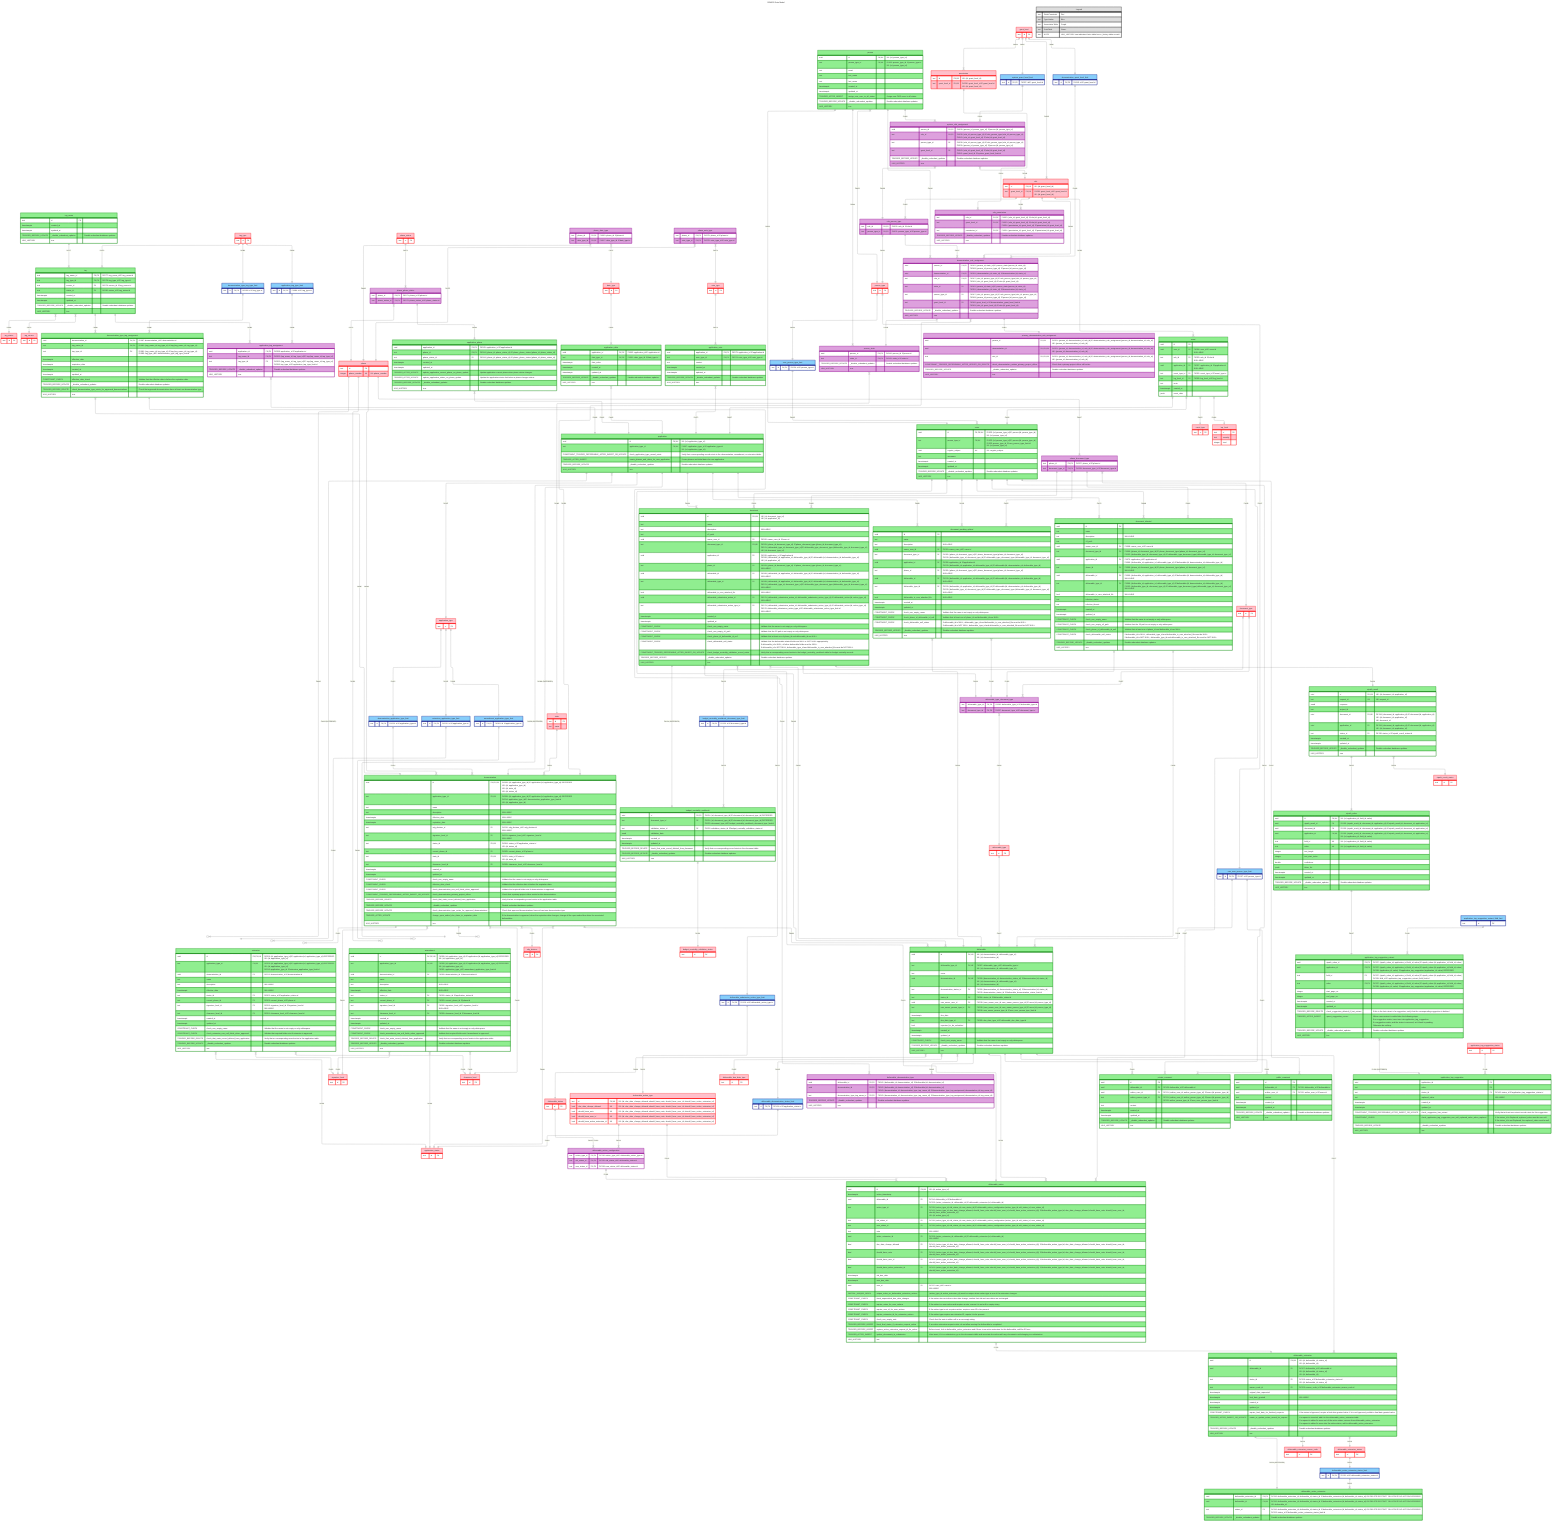
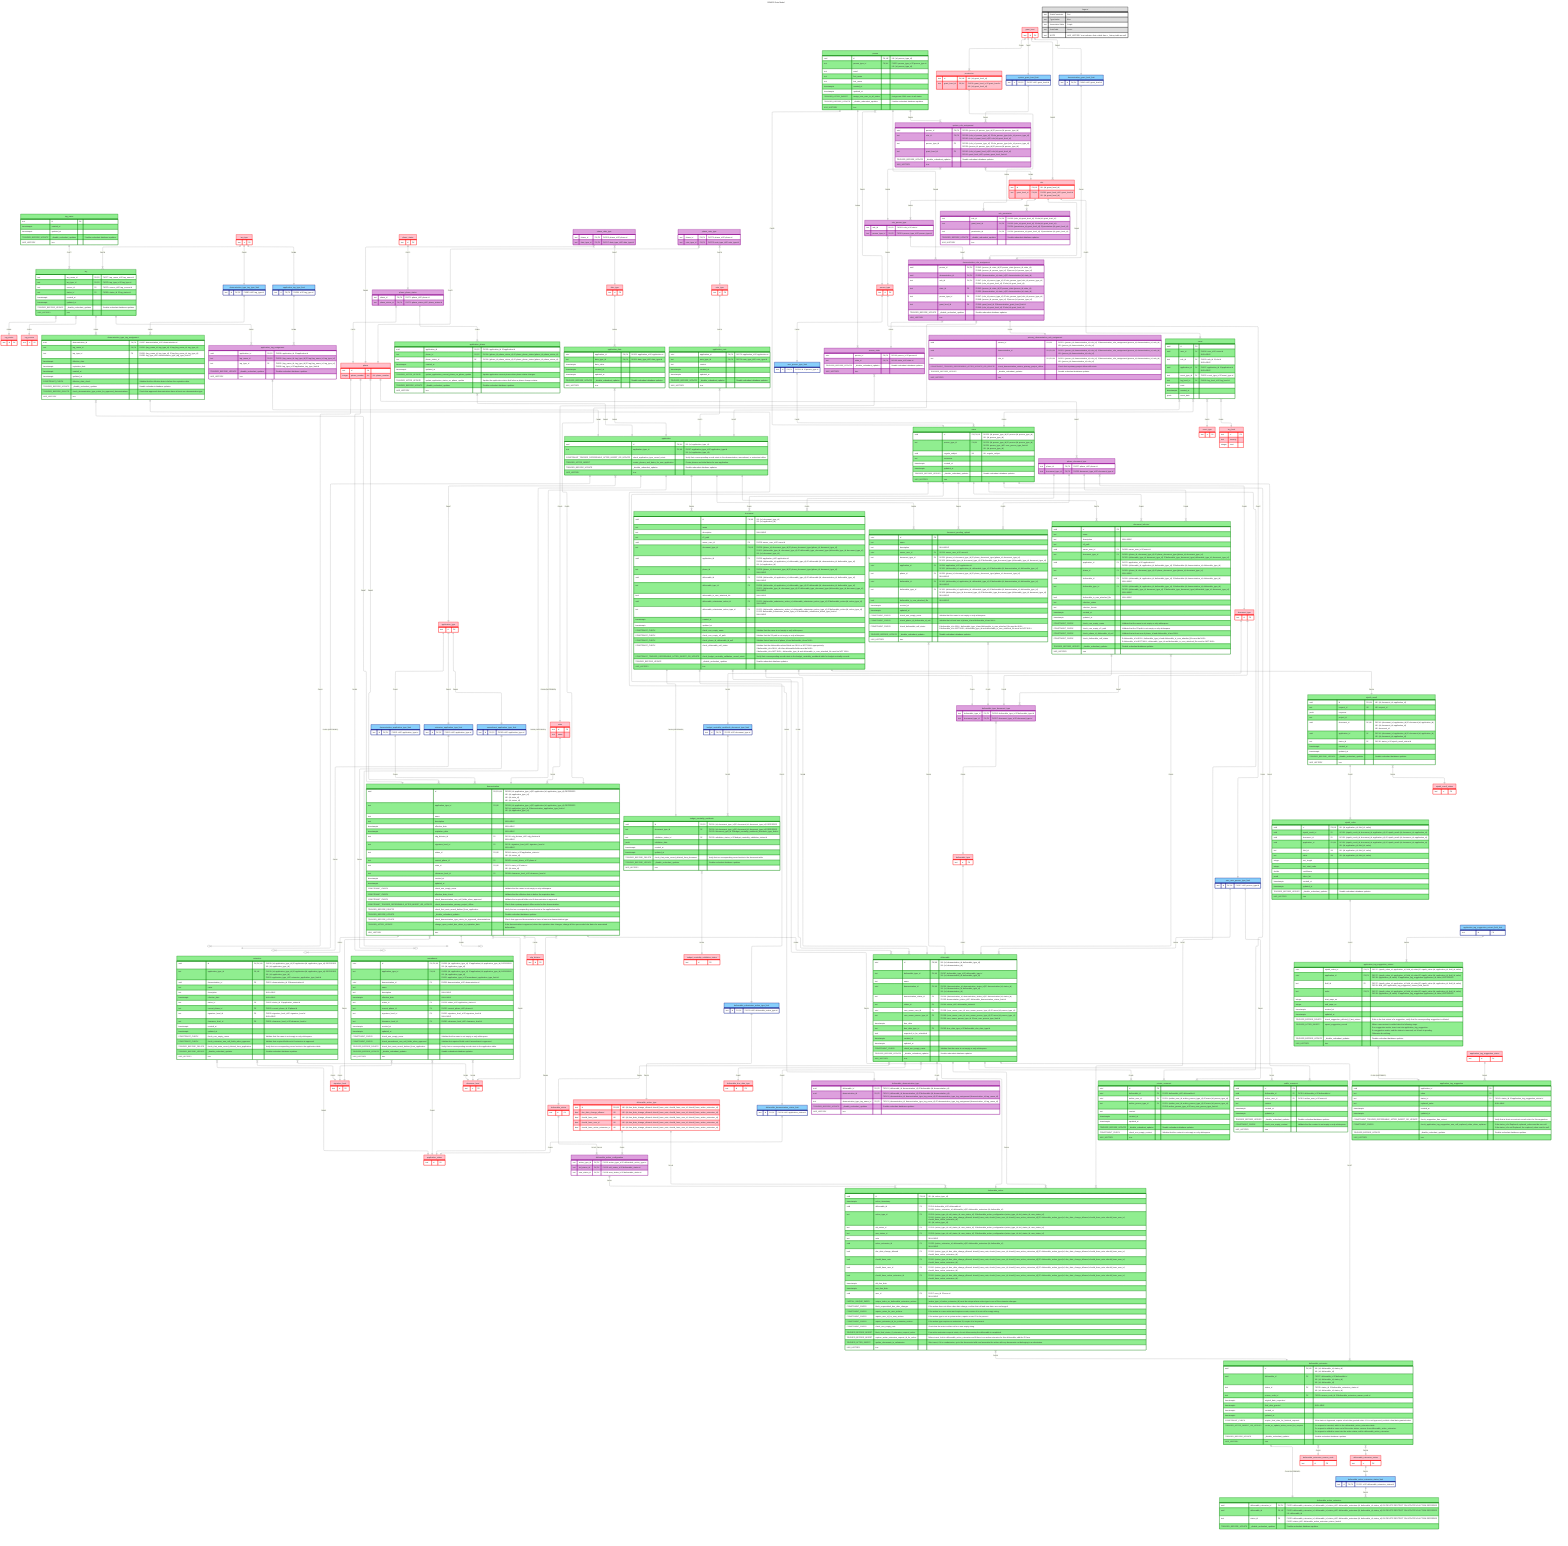
---
title: DEMOS Data Model
config:
  theme: default
  layout: elk
  elk:
    nodePlacementStrategy: NETWORK_SIMPLEX
---

erDiagram
  classDef staticConstraint stroke:red,fill:pink
  classDef typeLimiter stroke:navy,fill:lightskyblue
  classDef dataTable stroke:green,fill:lightgreen
  classDef associativeTable stroke:darkmagenta,fill:plum
  classDef legend stroke:black,fill:#ddd

  tag_name ||--|{ tag : "FK077"
  tag_type ||--|{ tag : "FK078"
  tag }|--|| tag_status : "FK080"
  tag }|--|| tag_source : "FK079"
  tag ||--|{ demonstration_type_tag_assignment : "FK081"
  tag ||--|{ application_tag_assignment : "FK082"
  tag_type ||--|| demonstration_type_tag_type_limit : "FK083"
  tag_type ||--|| application_tag_type_limit : "FK084"
  demonstration_type_tag_type_limit ||--|{ demonstration_type_tag_assignment : "FK085"
  application_tag_type_limit ||--|{ application_tag_assignment : "FK086"
  demonstration_type_tag_assignment }|--|| demonstration : "FK087"
  application_tag_assignment }|--|| application : "FK088"
  phase_status ||--|{ phase_phase_status : "FK072"
  phase_phase_status }|--|| phase : "FK071"
  phase_phase_status ||--|{ application_phase  : "FK004"
  phase_date_type }|--|| phase : "FK003"
  phase_note_type }|--|| phase : "FK075"
  phase_date_type }|--|| date_type: "FK017"
  phase_note_type }|--|| note_type: "FK076"
  application_phase }|--|| application : "FK005"
  date_type ||--|{ application_date  : "FK001"
  note_type ||--|{ application_note  : "FK074"
  application_date }|--|| application : "FK002"
  application_note }|--|| application : "FK073"
  application }|--|| application_type : "FK007"
  application ||--|| demonstration : "FK008 (DEFERRED)"
  application ||--|| extension : "FK009 (DEFERRED)"
  application ||--|| amendment : "FK058 (DEFERRED)"
  demonstration }|--|| sdg_division : "FK010"
  demonstration }|--|| signature_level : "FK011"
  demonstration ||--|{ extension : "FK012"
  demonstration ||--|{ amendment : "FK059"
  application_type ||--|| demonstration_application_type_limit : "FK013"
  demonstration_application_type_limit ||--|{ demonstration : "FK014"
  application_type ||--|| extension_application_type_limit : "FK015"
  extension_application_type_limit ||--|{ extension : "FK016"
  application_type ||--|| amendment_application_type_limit : "FK060"
  amendment_application_type_limit ||--|{ amendment : "FK061"
  amendment }|--|| application_status : "FK018"
  phase ||--|{ amendment : "FK020"
  extension }|--|| application_status : "FK062"
  phase ||--|{ extension : "FK063"
  demonstration }|--|| application_status : "FK064"
  phase ||--|{ demonstration : "FK065"
  state ||--|{ demonstration : "FK021"
  person }|--|| person_type : "FK022"
  person ||--|| users : "FK023"
  person_type ||--|| user_person_type_limit : "FK024"
  user_person_type_limit ||--|{ users : "FK025"
  users ||--|{ document : "FK026"
  users ||--|{ document_pending_upload : "FK019"
  users ||--|{ document_infected : "FK068"
  phase ||--|{ phase_document_type : "FK027"
  phase_document_type }|--|| document_type : "FK028"
  phase_document_type ||--|{ document : "FK029"
  phase_document_type ||--|{ document_pending_upload : "FK055"
  phase_document_type ||--|{ document_infected : "FK069"
  application ||--|{ document : "FK030"
  application ||--|{ document_pending_upload : "FK056"
  application ||--|{ document_infected : "FK070"
  role_person_type }|--|| person_type : "FK031"
  role ||--|{ role_person_type : "FK032"
  role ||--|{ role_permission : "FK033"
  permission ||--|{ role_permission : "FK034"
  grant_level ||--|{ role : "FK035"
  grant_level ||--|{ permission : "FK036"
  system_grant_level_limit ||--|{ system_role_assignment : "FK041"
  system_role_assignment }|--|| role_person_type : "FK038"
  person ||--|{ system_role_assignment : "FK039"
  system_role_assignment }|--|| role : "FK040"
  grant_level ||--|| system_grant_level_limit : "FK037"
  demonstration_role_assignment }|--|| person_state : "FK042"
  person_state }|--|| state : "FK043"
  person ||--|{ person_state : "FK044"
  grant_level ||--|| demonstration_grant_level_limit : "FK045"
  demonstration_grant_level_limit ||--|{ demonstration_role_assignment : "FK046"
  role_person_type ||--|{ demonstration_role_assignment : "FK047"
  person ||--|{ demonstration_role_assignment : "FK048"
  role ||--|{ demonstration_role_assignment : "FK049"
  demonstration_role_assignment }|--|| demonstration : "FK050"
  demonstration_role_assignment ||--|| primary_demonstration_role_assignment : "FK051"
  event }|--|| application : "FK057"
  event }|--|| event_type : "FK052"
  event }|--|| log_level : "FK066"
  role ||--|{ event : "FK053"
  event }|--|| users : "FK054"
  demonstration }|--|| clearance_level : "FK089"
  amendment }|--|| clearance_level : "FK090"
  extension }|--|| clearance_level : "FK091"
  amendment }|--|| signature_level : "FK092"
  extension }|--|| signature_level : "FK093"
  document_type ||--|| budget_neutrality_workbook_document_type_limit : "FK123"
  document ||--|| budget_neutrality_workbook : "FK124 (DEFERRED)"
  budget_neutrality_workbook_document_type_limit ||--|{ budget_neutrality_workbook : "FK125"
  budget_neutrality_workbook }|--|| budget_neutrality_validation_status : "FK126"
  document }|--|| deliverable_action : "FK121"
  document }|--|| deliverable_submission_action_type_limit : "FK122"
  deliverable_status ||--|{ deliverable_action_configuration : "FK115, FK118"
  deliverable_action_type ||--|{ deliverable_action_configuration : "FK116"
  deliverable_action_type ||--|{ deliverable_action : "FK141"
  deliverable_action_configuration ||--|{ deliverable_action : "FK119"
  deliverable_submission_action_type_limit ||--|| deliverable_action_type : "FK120"
  demonstration ||--|{ deliverable : "FK006"
  deliverable_type ||--|{ deliverable : "FK067"
  deliverable }|--|| deliverable_status : "FK094"
  deliverable }|--|| deliverable_due_date_type : "FK095"
  document_type ||--|{ deliverable_type_document_type : "FK097"
  deliverable_type_document_type }|--|| deliverable_type : "FK096"
  document }|--|| deliverable : "FK098"
  document_infected }|--|| deliverable : "FK099"
  document_pending_upload }|--|| deliverable : "FK100"
  document }|--|| deliverable_type_document_type : "FK101"
  document_infected }|--|| deliverable_type_document_type : "FK102"
  document_pending_upload }|--|| deliverable_type_document_type : "FK103"
  deliverable_demonstration_status_limit ||--|| application_status : "FK104"
  deliverable }|--|| deliverable_demonstration_status_limit : "FK105"
  cms_user_person_type_limit ||--|{ deliverable : "FK106"
  person_type ||--|| cms_user_person_type_limit : "FK107"
  users ||--|{ deliverable : "FK108"
  deliverable ||--|{ deliverable_action : "FK114"
  deliverable_action }|--|| deliverable_extension : "FK133"
  deliverable ||--|{ deliverable_extension : "FK127"
  deliverable ||--|{ deliverable_demonstration_type : "FK142"
  demonstration_type_tag_assignment ||--|{ deliverable_demonstration_type : "FK143"
  deliverable_extension }|--|| deliverable_extension_reason_code : "FK129"
  deliverable_extension }|--|| deliverable_extension_status : "FK128"
  deliverable_extension_status ||--|| deliverable_active_extension_status_limit : "FK131"
  deliverable_active_extension_status_limit ||--|{ deliverable_active_extension : "FK132"
  deliverable_extension ||--|| deliverable_active_extension : "FK130 (DEFERRED)"
  deliverable ||--|{ private_comment : "FK109"
  deliverable ||--|{ public_comment : "FK110"
  users ||--|{ private_comment : "FK111"
  users ||--|{ public_comment : "FK112"
  cms_user_person_type_limit ||--|{ private_comment : "FK113"
  users ||--|{ deliverable_action : "FK117"
  document ||--|| uipath_result : "FK134"
  uipath_result ||--|{ uipath_value : "FK135"
  uipath_result }|--|| uipath_result_status : "FK136"
  uipath_value ||--|| application_tag_suggestion_extract : "FK137"
  application_tag_suggestion_extract }|--|| application_tag_suggestion : "FK138 (DEFERRED)"
  application_tag_suggestion_extract_field_limit ||--|{ application_tag_suggestion_extract : "FK139"
  application_tag_suggestion_status ||--|{ application_tag_suggestion : "FK140"

  %% Static Constraints
  application_status:::staticConstraint {
    text id PK
  }

  application_tag_suggestion_status:::staticConstraint {
    text id PK
  }

  application_type:::staticConstraint {
    text id PK
  }

  budget_neutrality_validation_status:::staticConstraint {
    text id PK
  }

  clearance_level:::staticConstraint {
    text id PK
  }

  date_type:::staticConstraint {
    text id PK
  }

  deliverable_action_type:::staticConstraint {
    text id PK, UK "UK: (id, due_date_change_allowed, should_have_note, should_have_user_id, should_have_active_extension_id)"
    bool due_date_change_allowed UK "UK: (id, due_date_change_allowed, should_have_note, should_have_user_id, should_have_active_extension_id)"
    bool should_have_note UK "UK: (id, due_date_change_allowed, should_have_note, should_have_user_id, should_have_active_extension_id)"
    bool should_have_user_id UK "UK: (id, due_date_change_allowed, should_have_note, should_have_user_id, should_have_active_extension_id)"
    bool should_have_active_extension_id UK "UK: (id, due_date_change_allowed, should_have_note, should_have_user_id, should_have_active_extension_id)"
  }

  deliverable_due_date_type:::staticConstraint {
    text id PK
  }

  deliverable_extension_reason_code:::staticConstraint {
    text id PK
  }

  deliverable_extension_status:::staticConstraint {
    text id PK
  }

  deliverable_status:::staticConstraint {
    text id PK
  }

  deliverable_type:::staticConstraint {
    text id PK
  }

  document_type:::staticConstraint {
    text id PK
  }

  event_type:::staticConstraint {
    text id PK
  }

  grant_level:::staticConstraint {
    text id PK
  }

  log_level:::staticConstraint {
    text id PK
    text severity
    integer level
  }

  note_type:::staticConstraint {
    text id PK
  }

  permission:::staticConstraint {
    text id PK, UK "UK: (id, grant_level_id)"
    text grant_level_id FK, UK "FK036: grant_level_id ∈ grant_level.id<br>UK: (id, grant_level_id)"
  }

  person_type:::staticConstraint {
    text id PK
  }

  phase:::staticConstraint {
    text id PK
    integer phase_number UK "UK: phase_number"
  }

  phase_status:::staticConstraint {
    text id PK
  }

  role:::staticConstraint {
    text id PK, UK "UK: (id, grant_level_id)"
    text grant_level_id FK, UK "FK035: grant_level_id ∈ grant_level.id<br>UK: (id, grant_level_id)"
  }

  sdg_division:::staticConstraint {
    text id PK
  }

  signature_level:::staticConstraint {
    text id PK
  }

  state:::staticConstraint {
    text id PK
    text name
  }

  tag_source:::staticConstraint {
    text id PK
  }

  tag_status:::staticConstraint {
    text id PK
  }

  tag_type:::staticConstraint {
    text id PK
  }

  uipath_result_status:::staticConstraint {
    text id PK
  }

  %% Type Limiters
  amendment_application_type_limit:::typeLimiter {
    text id PK, FK "FK060: id ∈ application_type.id"
  }

  application_tag_suggestion_extract_field_limit:::typeLimiter {
    text id PK
  }

  application_tag_type_limit:::typeLimiter {
    text id PK, FK "FK084: id ∈ tag_type.id"
  }

  budget_neutrality_workbook_document_type_limit:::typeLimiter {
    text id PK, FK "FK123: id ∈ document_type.id"
  }

  cms_user_person_type_limit:::typeLimiter {
    text id PK, FK "FK107: id ∈ person_type.id"
  }

  deliverable_active_extension_status_limit:::typeLimiter {
    text id PK, FK "FK131: id ∈ deliverable_extension_status.id"
  }

  deliverable_demonstration_status_limit:::typeLimiter {
    text id PK, FK "FK104: id ∈ application_status.id"
  }

  deliverable_submission_action_type_limit:::typeLimiter {
    text id PK, FK "FK120: id ∈ deliverable_action_type.id"
  }

  demonstration_application_type_limit:::typeLimiter {
    text id PK, FK "FK013: id ∈ application_type.id"
  }

  demonstration_grant_level_limit:::typeLimiter {
    text id PK, FK "FK045: id ∈ grant_level.id"
  }

  demonstration_type_tag_type_limit:::typeLimiter {
    text id PK, FK "FK083: id ∈ tag_type.id"
  }

  extension_application_type_limit:::typeLimiter {
    text id PK, FK "FK015: id ∈ application_type.id"
  }

  system_grant_level_limit:::typeLimiter {
    text id PK, FK "FK037: id ∈ grant_level.id"
  }

  user_person_type_limit:::typeLimiter {
    text id PK, FK "FK024: id ∈ person_type.id"
  }

  %% Data Tables
  amendment:::dataTable {
    uuid id PK, FK, UK "FK058: (id, application_type_id) ∈ application.(id, application_type_id) DEFERRED<br>UK: (id, application_type_id)"
    text application_type_id FK, UK "FK058: (id, application_type_id) ∈ application.(id, application_type_id) DEFERRED<br>UK: (id, application_type_id)<br>FK061: application_type_id ∈ amendment_application_type_limit.id"
    uuid demonstration_id FK "FK059: demonstration_id ∈ demonstration.id"
    text name
    text description "NULLABLE"
    timestamptz effective_date "NULLABLE"
    text status_id FK "FK018: status_id ∈ application_status.id"
    text current_phase_id FK "FK020: current_phase_id ∈ phase.id"
    text signature_level_id FK "FK092: signature_level_id ∈ signature_level.id<br>NULLABLE"
    text clearance_level_id FK "FK090: clearance_level_id ∈ clearance_level.id"
    timestamptz created_at
    timestamptz updated_at
    CONSTRAINT_CHECK check_non_empty_name "Validate that the name is not empty or only whitespace."
    CONSTRAINT_CHECK check_amendment_non_null_fields_when_approved  "Validate that required fields exist if amendment is approved."
    TRIGGER_BEFORE_DELETE check_that_main_record_deleted_from_application "Verify that no corresponding record exists in the application table."
    TRIGGER_BEFORE_UPDATE _disable_redundant_updates "Disable redundant database updates."
    HAS_HISTORY true
  }

  application:::dataTable {
    uuid id PK, UK "UK: (id, application_type_id)"
    text application_type_id FK, UK "FK007: application_type_id ∈ application_type.id<br>UK: (id, application_type_id)"
    CONSTRAINT_TRIGGER_DEFERRABLE_AFTER_INSERT_OR_UPDATE check_application_type_record_exists "Verify that a corresponding record exists in the demonstration, amendment, or extension tables."
    TRIGGER_AFTER_INSERT create_phases_and_dates_for_new_application "Create phases and initial dates for new application."
    TRIGGER_BEFORE_UPDATE _disable_redundant_updates "Disable redundant database updates."
    HAS_HISTORY true
  }

  application_date:::dataTable {
    uuid application_id PK, FK "FK002: application_id ∈ application.id"
    text date_type_id PK, FK "FK001: date_type_id ∈ date_type.id"
    timestamptz date_value
    timestamptz created_at
    timestamptz updated_at
    TRIGGER_BEFORE_UPDATE _disable_redundant_updates "Disable redundant database updates."
    HAS_HISTORY true
  }

  application_note:::dataTable {
    uuid application_id PK, FK "FK073: application_id ∈ application.id"
    text note_type_id PK, FK "FK074: note_type_id ∈ note_type.id"
    text content
    timestamptz created_at
    timestamptz updated_at
    TRIGGER_BEFORE_UPDATE _disable_redundant_updates "Disable redundant database updates."
    HAS_HISTORY true
  }

  application_phase:::dataTable {
    uuid application_id PK, FK "FK005: application_id ∈ application.id"
    text phase_id PK, FK "FK004: (phase_id, phase_status_id) ∈ phase_phase_status.(phase_id, phase_status_id)"
    text phase_status_id FK "FK004: (phase_id, phase_status_id) ∈ phase_phase_status.(phase_id, phase_status_id)"
    timestamptz created_at
    timestamptz updated_at
    TRIGGER_AFTER_UPDATE update_application_current_phase_on_phase_update "Update application current phase when phase status changes."
    TRIGGER_AFTER_UPDATE update_application_status_on_phase_update "Update the application status field when a phase changes status."
    TRIGGER_BEFORE_UPDATE _disable_redundant_updates "Disable redundant database updates."
    HAS_HISTORY true
  }

  application_tag_suggestion:::dataTable {
    uuid application_id PK
    text value PK
    text status_id FK "FK140: status_id ∈ application_tag_suggestion_status.id"
    text replaced_value "NULLABLE"
    timestamptz created_at
    timestamptz updated_at
    CONSTRAINT_TRIGGER_DEFERRABLE_AFTER_INSERT_OR_UPDATE check_suggestion_has_extract "Verify that at least one extract record exists for this suggestion."
    CONSTRAINT_CHECK check_application_tag_suggestion_non_null_replaced_value_when_replaced "If the status_id is Replaced, replaced_value must be non null.<br>If the status_id is not Replaced, the replaced_value must be null."
    TRIGGER_BEFORE_UPDATE _disable_redundant_updates "Disable redundant database updates."
    HAS_HISTORY true
  }

  application_tag_suggestion_extract:::dataTable {
    uuid uipath_value_id PK, FK "FK137: (uipath_value_id, application_id, field_id, value) ∈ uipath_value.(id, application_id, field_id, value)"
    uuid application_id PK, FK "FK137: (uipath_value_id, application_id, field_id, value) ∈ uipath_value.(id, application_id, field_id, value)<br>FK138: (application_id, value) ∈ application_tag_suggestion.(application_id, value) DEFERRED"
    text field_id FK "FK137: (uipath_value_id, application_id, field_id, value) ∈ uipath_value.(id, application_id, field_id, value)<br>FK139: field_id ∈ application_tag_suggestion_extract_field_limit.id"
    text value PK, FK "FK137: (uipath_value_id, application_id, field_id, value) ∈ uipath_value.(id, application_id, field_id, value)<br>FK138: (application_id, value) ∈ application_tag_suggestion.(application_id, value) DEFERRED"
    integer start_page_no
    integer end_page_no
    timestamptz created_at
    timestamptz updated_at
    TRIGGER_BEFORE_DELETE check_suggestion_deleted_if_last_extract "If this is the last extract of a suggestion, verify that the corresponding suggestion is deleted."
    TRIGGER_AFTER_INSERT upsert_suggestion_record "When a new extract is added take the following steps.<br>If no suggestion exists, insert one into application_tag_suggestion.<br>If a suggestion exists, and the status is removed, set it back to pending.<br>Otherwise do nothing."
    TRIGGER_BEFORE_UPDATE _disable_redundant_updates "Disable redundant database updates."
    HAS_HISTORY true
  }

  budget_neutrality_workbook:::dataTable {
    uuid id PK, FK "FK124: (id, document_type_id) ∈ document.(id, document_type_id) DEFERRED"
    text document_type_id FK "FK124: (id, document_type_id) ∈ document.(id, document_type_id) DEFERRED<br>FK125: document_type_id ∈ budget_neutrality_workbook_document_type_limit.id"
    text validation_status_id FK "FK126: validation_status_id ∈ budget_neutrality_validation_status.id"
    jsonb validation_data
    timestamptz created_at
    timestamptz updated_at
    TRIGGER_BEFORE_DELETE check_that_main_record_deleted_from_document "Verify that no corresponding record exists in the document table."
    TRIGGER_BEFORE_UPDATE _disable_redundant_updates "Disable redundant database updates."
    HAS_HISTORY true
  }

  %% NOTE: That empty line with <br>&nbsp; is a layout hack for Mermaid
  deliverable:::dataTable {
    uuid id PK, UK "UK: (id, demonstration_id, deliverable_type_id)<br>UK: (id, demonstration_id)<br>&nbsp;"
    text deliverable_type_id FK, UK "FK067: deliverable_type_id ∈ deliverable_type.id<br>UK: (id, demonstration_id, deliverable_type_id)"
    text name
    uuid demonstration_id FK, UK "FK006: (demonstration_id, demonstration_status_id) ∈ demonstration.(id, status_id)<br>UK: (id, demonstration_id, deliverable_type_id)<br>UK: (id, demonstration_id)"
    text demonstration_status_id FK "FK006: (demonstration_id, demonstration_status_id) ∈ demonstration.(id, status_id)<br>FK105: demonstration_status_id ∈ deliverable_demonstration_status_limit.id"
    text status_id FK "FK094: status_id ∈ deliverable_status.id"
    uuid cms_owner_user_id FK "FK108: (cms_owner_user_id, cms_owner_person_type_id) ∈ users.(id, person_type_id)"
    text cms_owner_person_type_id FK "FK108: (cms_owner_user_id, cms_owner_person_type_id) ∈ users.(id, person_type_id)<br>FK106: cms_owner_person_type_id ∈ cms_user_person_type_limit.id"
    timestamptz due_date
    text due_date_type_id FK "FK095: due_date_type_id ∈ deliverable_due_date_type.id"
    bool expected_to_be_submitted
    timestamptz created_at
    timestamptz updated_at
    CONSTRAINT_CHECK check_non_empty_name "Validate that the name is not empty or only whitespace."
    TRIGGER_BEFORE_UPDATE _disable_redundant_updates "Disable redundant database updates."
    HAS_HISTORY true
  }

  deliverable_action:::dataTable {
    uuid id PK, UK "UK: (id, action_type_id)"
    timestamptz action_timestamp
    uuid deliverable_id FK "FK114: deliverable_id ∈ deliverable.id<br>FK133: (active_extension_id, deliverable_id) ∈ deliverable_extension.(id, deliverable_id)"
    text action_type_id FK "FK119: (action_type_id, old_status_id, new_status_id) ∈ deliverable_action_configuration.(action_type_id, old_status_id, new_status_id)<br>FK141: (action_type_id, due_date_change_allowed, should_have_note, should_have_user_id, should_have_active_extension_id)) ∈ deliverable_action_type.(id, due_date_change_allowed, should_have_note, should_have_user_id, should_have_active_extension_id)<br>UK: (id, action_type_id)"
    text old_status_id FK "FK119: (action_type_id, old_status_id, new_status_id) ∈ deliverable_action_configuration.(action_type_id, old_status_id, new_status_id)"
    text new_status_id FK "FK119: (action_type_id, old_status_id, new_status_id) ∈ deliverable_action_configuration.(action_type_id, old_status_id, new_status_id)"
    text note "NULLABLE"
    uuid active_extension_id FK "FK133: (active_extension_id, deliverable_id) ∈ deliverable_extension.(id, deliverable_id)<br>NULLABLE"
    bool due_date_change_allowed FK "FK141: (action_type_id, due_date_change_allowed, should_have_note, should_have_user_id, should_have_active_extension_id)) ∈ deliverable_action_type.(id, due_date_change_allowed, should_have_note, should_have_user_id, should_have_active_extension_id)"
    bool should_have_note FK "FK141: (action_type_id, due_date_change_allowed, should_have_note, should_have_user_id, should_have_active_extension_id)) ∈ deliverable_action_type.(id, due_date_change_allowed, should_have_note, should_have_user_id, should_have_active_extension_id)"
    bool should_have_user_id FK "FK141: (action_type_id, due_date_change_allowed, should_have_note, should_have_user_id, should_have_active_extension_id)) ∈ deliverable_action_type.(id, due_date_change_allowed, should_have_note, should_have_user_id, should_have_active_extension_id)"
    bool should_have_active_extension_id FK "FK141: (action_type_id, due_date_change_allowed, should_have_note, should_have_user_id, should_have_active_extension_id)) ∈ deliverable_action_type.(id, due_date_change_allowed, should_have_note, should_have_user_id, should_have_active_extension_id)"
    timestamptz old_due_date
    timestamptz new_due_date
    uuid user_id FK "FK117: user_id ∈ users.id<br>NULLABLE"
    PARTIAL_UNIQUE_INDEX unique_index_on_deliverable_extension_actions "(action_type_id, active_extension_id) must be unique where action type is one of the extension changes."
    CONSTRAINT_CHECK block_unpermitted_due_date_changes "If the action does not allow a due date change, confirm that old and new dates are unchanged."
    CONSTRAINT_CHECK require_notes_for_user_actions "If the action is a user action and requires a note, ensure it is not null or empty string."
    CONSTRAINT_CHECK require_user_id_for_user_actions "If the action type is not a system action, require a user ID to be present."
    CONSTRAINT_CHECK require_extension_id_for_extension_actions "If the action type requires an extension ID, require it to be present."
    CONSTRAINT_CHECK check_non_empty_note "Check that the note is either null or a non empty string."
    TRIGGER_BEFORE_INSERT block_final_states_if_extension_request_active "If an active extension request exists, do not allow moving the deliverable to completed."
    TRIGGER_BEFORE_INSERT capture_active_extension_request_id_for_action "Before insert, look in deliverable_active_extension and if there is an active extension for this deliverable, add the ID here."
    TRIGGER_AFTER_INSERT update_documents_in_submission "After insert, if it is a submission, go to the documents table and associate the action with any documents not belonging to a submission."
    HAS_HISTORY true
  }

  deliverable_active_extension:::dataTable {
    uuid deliverable_extension_id PK, FK "FK130: deliverable_extension_id, deliverable_id, status_id ∈ deliverable_extension.(id, deliverable_id, status_id) ON DELETE RESTRICT ON UPDATE NO ACTION DEFERRED"
    uuid deliverable_id FK, UK "FK130: deliverable_extension_id, deliverable_id, status_id ∈ deliverable_extension.(id, deliverable_id, status_id) ON DELETE RESTRICT ON UPDATE NO ACTION DEFERRED<br>UK: deliverable_id"
    text status_id FK "FK130: deliverable_extension_id, deliverable_id, status_id ∈ deliverable_extension.(id, deliverable_id, status_id) ON DELETE RESTRICT ON UPDATE NO ACTION DEFERRED<br>FK132: status_id ∈ deliverable_active_extension_status_limit.id"
    TRIGGER_BEFORE_UPDATE _disable_redundant_updates "Disable redundant database updates."
  }

  deliverable_extension:::dataTable {
    uuid id PK, UK "UK: (id, deliverable_id, status_id)<br>UK: (id, deliverable_id)"
    uuid deliverable_id FK "FK127: deliverable_id ∈ deliverable.id<br>UK: (id, deliverable_id, status_id)<br>UK: (id, deliverable_id)"
    text status_id FK "FK128: status_id ∈ deliverable_extension_status.id<br>UK: (id, deliverable_id, status_id)"
    text reason_code_id FK "FK129: reason_code_id ∈ deliverable_extension_reason_code.id"
    timestamptz original_date_requested
    timestamptz final_date_granted "NULLABLE"
    timestamptz created_at
    timestamptz updated_at
    CONSTRAINT_CHECK require_final_date_for_finished_requests "If the status is Approved, require a final date granted value. If it is not Approved, prohibit a final date granted value."
    TRIGGER_AFTER_INSERT_OR_UPDATE create_or_update_active_record_for_request "If a request is inserted, add it to the deliverable_active_extension table.<br>If a request is edited to move out of the active status, remove from deliverable_active_extension.<br>If a request is edited to move into the active status, add to deliverable_active_extension."
    TRIGGER_BEFORE_UPDATE _disable_redundant_updates "Disable redundant database updates."
    HAS_HISTORY true
  }

  demonstration:::dataTable {
    uuid id PK, FK, UK "FK008: (id, application_type_id) ∈ application.(id, application_type_id) DEFERRED<br>UK: (id, application_type_id)<br>UK: (id, state_id)<br>UK: (id, status_id)"
    text application_type_id FK, UK "FK008: (id, application_type_id) ∈ application.(id, application_type_id) DEFERRED<br>FK014: application_type_id ∈ demonstration_application_type_limit.id<br>UK: (id, application_type_id)"
    text name
    text description "NULLABLE"
    timestamptz effective_date "NULLABLE"
    timestamptz expiration_date "NULLABLE"
    text sdg_division_id FK "FK010: sdg_division_id ∈ sdg_division.id<br>NULLABLE"
    text signature_level_id FK "FK011: signature_level_id ∈ signature_level.id<br>NULLABLE"
    text status_id FK, UK "FK064: status_id ∈ application_status.id<br>UK: (id, status_id)"
    text current_phase_id FK "FK065: current_phase_id ∈ phase.id"
    text state_id FK, UK "FK021: state_id ∈ state.id<br>UK: (id, state_id)"
    text clearance_level_id FK "FK089: clearance_level_id ∈ clearance_level.id"
    timestamptz created_at
    timestamptz updated_at
    CONSTRAINT_CHECK check_non_empty_name "Validate that the name is not empty or only whitespace."
    CONSTRAINT_CHECK effective_date_check "Validate that the effective date is before the expiration date."
    CONSTRAINT_CHECK check_demonstration_non_null_fields_when_approved "Validate that required fields exist if demonstration is approved."
    CONSTRAINT_TRIGGER_DEFERRABLE_AFTER_INSERT_OR_UPDATE check_demonstration_primary_project_officer "Check that a primary project officer exists for this demonstration."
    TRIGGER_BEFORE_DELETE check_that_main_record_deleted_from_application "Verify that no corresponding record exists in the application table."
    TRIGGER_BEFORE_UPDATE _disable_redundant_updates "Disable redundant database updates."
    TRIGGER_BEFORE_UPDATE check_demonstration_type_exists_for_approved_demonstrations "Check that approved demonstrations have at least one demonstration type."
    TRIGGER_AFTER_UPDATE change_open_ended_due_dates_to_expiration_date "If the demonstration is approved, when the expiration date changes, change all the open-ended due dates for associated deliverables."
    HAS_HISTORY true
  }

  demonstration_type_tag_assignment:::dataTable {
    uuid demonstration_id PK, FK "FK087: demonstration_id ∈ demonstration.id"
    text tag_name_id PK, FK "FK081: (tag_name_id, tag_type_id) ∈ tag.(tag_name_id, tag_type_id)"
    text tag_type_id FK "FK081: (tag_name_id, tag_type_id) ∈ tag.(tag_name_id, tag_type_id)<br>FK085: tag_type_id ∈ demonstration_type_tag_type_limit.id"
    timestamptz effective_date
    timestamptz expiration_date
    timestamptz created_at
    timestamptz updated_at
    CONSTRAINT_CHECK effective_date_check "Validate that the effective date is before the expiration date."
    TRIGGER_BEFORE_UPDATE _disable_redundant_updates "Disable redundant database updates."
    TRIGGER_BEFORE_DELETE check_demonstration_type_exists_for_approved_demonstrations "Check that approved demonstrations have at least one demonstration type."
    HAS_HISTORY true
  }

  document:::dataTable {
    uuid id PK, UK "UK: (id, document_type_id)<br>UK: (id, application_id)"
    text name
    text description "NULLABLE"
    text s3_path
    uuid owner_user_id FK "FK026: owner_user_id ∈ users.id"
    text document_type_id FK, UK "FK029: (phase_id, document_type_id) ∈ phase_document_type.(phase_id, document_type_id)<br>FK101: (deliverable_type_id, document_type_id) ∈ deliverable_type_document_type.(deliverable_type_id, document_type_id)<br>UK: (id, document_type_id)"
    uuid application_id FK "FK030: application_id ∈ application.id<br>FK098: (deliverable_id, application_id, deliverable_type_id) ∈ deliverable.(id, demonstration_id, deliverable_type_id)<br>UK: (id, application_id)"
    text phase_id FK "FK029: (phase_id, document_type_id) ∈ phase_document_type.(phase_id, document_type_id)<br>NULLABLE"
    uuid deliverable_id FK "FK098: (deliverable_id, application_id, deliverable_type_id) ∈ deliverable.(id, demonstration_id, deliverable_type_id)<br>NULLABLE"
    text deliverable_type_id FK "FK098: (deliverable_id, application_id, deliverable_type_id) ∈ deliverable.(id, demonstration_id, deliverable_type_id)<br>FK101: (deliverable_type_id, document_type_id) ∈ deliverable_type_document_type.(deliverable_type_id, document_type_id)<br>NULLABLE"
    bool deliverable_is_cms_attached_file "NULLABLE"
    uuid deliverable_submission_action_id FK "FK121: (deliverable_submission_action_id, deliverable_submission_action_type_id) ∈ deliverable_action.(id, action_type_id)<br>NULLABLE"
    text deliverable_submission_action_type_id FK "FK121: (deliverable_submission_action_id, deliverable_submission_action_type_id) ∈ deliverable_action.(id, action_type_id)<br>FK122: deliverable_submission_action_type_id ∈ deliverable_submission_action_type_limit.id<br>NULLABLE"
    timestamptz created_at
    timestamptz updated_at
    CONSTRAINT_CHECK check_non_empty_name "Validate that the name is not empty or only whitespace."
    CONSTRAINT_CHECK check_non_empty_s3_path "Validate that the S3 path is not empty or only whitespace."
    CONSTRAINT_CHECK check_phase_id_deliverable_id_null "Validate that at least one of phase_id and deliverable_id are NULL."
    CONSTRAINT_CHECK check_deliverable_null_states "Validate that the deliverable-related fields are NULL or NOT NULL appropriately.<br>If deliverable_id is NULL, all other deliverable fields must be NULL.<br>If deliverable_id is NOT NULL, deliverable_type_id and deliverable_is_cms_attached_file must be NOT NULL."
    CONSTRAINT_TRIGGER_DEFERRABLE_AFTER_INSERT_OR_UPDATE check_budget_neutrality_validation_record_exists "Verify that a corresponding record exists in the budget_neutrality_workbook table for budget neutrality records."
    TRIGGER_BEFORE_UPDATE _disable_redundant_updates "Disable redundant database updates."
    HAS_HISTORY true
  }

  document_infected:::dataTable {
    uuid id PK
    text name
    text description "NULLABLE"
    text s3_path
    uuid owner_user_id FK "FK068: owner_user_id ∈ users.id"
    text document_type_id FK "FK069: (phase_id, document_type_id) ∈ phase_document_type.(phase_id, document_type_id)<br>FK102: (deliverable_type_id, document_type_id) ∈ deliverable_type_document_type.(deliverable_type_id, document_type_id)"
    uuid application_id FK "FK070: application_id ∈ application.id<br>FK099: (deliverable_id, application_id, deliverable_type_id) ∈ deliverable.(id, demonstration_id, deliverable_type_id)"
    text phase_id FK "FK069: (phase_id, document_type_id) ∈ phase_document_type.(phase_id, document_type_id)<br>NULLABLE"
    uuid deliverable_id FK "FK099: (deliverable_id, application_id, deliverable_type_id) ∈ deliverable.(id, demonstration_id, deliverable_type_id)<br>NULLABLE"
    text deliverable_type_id FK "FK099: (deliverable_id, application_id, deliverable_type_id) ∈ deliverable.(id, demonstration_id, deliverable_type_id)<br>FK102: (deliverable_type_id, document_type_id) ∈ deliverable_type_document_type.(deliverable_type_id, document_type_id)<br>NULLABLE"
    bool deliverable_is_cms_attached_file "NULLABLE"
    text infection_status
    text infection_threats
    timestamptz created_at
    timestamptz updated_at
    CONSTRAINT_CHECK check_non_empty_name "Validate that the name is not empty or only whitespace."
    CONSTRAINT_CHECK check_non_empty_s3_path "Validate that the S3 path is not empty or only whitespace."
    CONSTRAINT_CHECK check_phase_id_deliverable_id_null "Validate that at least one of phase_id and deliverable_id are NULL."
    CONSTRAINT_CHECK check_deliverable_null_states "If deliverable_id is NULL, deliverable_type_id and deliverable_is_cms_attached_file must be NULL.<br>If deliverable_id is NOT NULL, deliverable_type_id and deliverable_is_cms_attached_file must be NOT NULL."
    TRIGGER_BEFORE_UPDATE _disable_redundant_updates "Disable redundant database updates."
    HAS_HISTORY true
  }

  document_pending_upload:::dataTable {
    uuid id PK
    text name
    text description "NULLABLE"
    uuid owner_user_id FK "FK019: owner_user_id ∈ users.id"
    text document_type_id FK "FK055: (phase_id, document_type_id) ∈ phase_document_type.(phase_id, document_type_id)<br>FK103: (deliverable_type_id, document_type_id) ∈ deliverable_type_document_type.(deliverable_type_id, document_type_id)"
    uuid application_id FK "FK056: application_id ∈ application.id<br>FK100: (deliverable_id, application_id, deliverable_type_id) ∈ deliverable.(id, demonstration_id, deliverable_type_id)"
    text phase_id FK "FK055: (phase_id, document_type_id) ∈ phase_document_type.(phase_id, document_type_id)<br>NULLABLE"
    uuid deliverable_id FK "FK100: (deliverable_id, application_id, deliverable_type_id) ∈ deliverable.(id, demonstration_id, deliverable_type_id)<br>NULLABLE"
    text deliverable_type_id FK "FK100: (deliverable_id, application_id, deliverable_type_id) ∈ deliverable.(id, demonstration_id, deliverable_type_id)<br>FK103: (deliverable_type_id, document_type_id) ∈ deliverable_type_document_type.(deliverable_type_id, document_type_id)<br>NULLABLE"
    bool deliverable_is_cms_attached_file "NULLABLE"
    timestamptz created_at
    timestamptz updated_at
    CONSTRAINT_CHECK check_non_empty_name "Validate that the name is not empty or only whitespace."
    CONSTRAINT_CHECK check_phase_id_deliverable_id_null "Validate that at least one of phase_id and deliverable_id are NULL."
    CONSTRAINT_CHECK check_deliverable_null_states "If deliverable_id is NULL, deliverable_type_id and deliverable_is_cms_attached_file must be NULL.<br>If deliverable_id is NOT NULL, deliverable_type_id and deliverable_is_cms_attached_file must be NOT NULL."
    TRIGGER_BEFORE_UPDATE _disable_redundant_updates "Disable redundant database updates."
    HAS_HISTORY true
  }

  event:::dataTable {
    uuid id PK
    uuid user_id FK "FK054: user_id ∈ users.id<br>NULLABLE"
    text role_id FK "FK053: role_id ∈ role.id<br>NULLABLE"
    uuid application_id FK "FK057: application_id ∈ application.id<br>NULLABLE"
    text event_type_id FK "FK052: event_type_id ∈ event_type.id"
    text log_level_id FK "FK066: log_level_id ∈ log_level.id"
    text route
    timestamptz created_at
    jsonb event_data
  }

  extension:::dataTable {
    uuid id PK, FK, UK "FK009: (id, application_type_id) ∈ application.(id, application_type_id) DEFERRED<br>UK: (id, application_type_id)"
    text application_type_id FK, UK "FK009: (id, application_type_id) ∈ application.(id, application_type_id) DEFERRED<br>UK: (id, application_type_id)<br>FK016: application_type_id ∈ extension_application_type_limit.id"
    uuid demonstration_id FK "FK012: demonstration_id ∈ demonstration.id"
    text name
    text description "NULLABLE"
    timestamptz effective_date "NULLABLE"
    text status_id FK "FK062: status_id ∈ application_status.id"
    text current_phase_id FK "FK063: current_phase_id ∈ phase.id"
    text signature_level_id FK "FK093: signature_level_id ∈ signature_level.id<br>NULLABLE"
    text clearance_level_id FK "FK091: clearance_level_id ∈ clearance_level.id"
    timestamptz created_at
    timestamptz updated_at
    CONSTRAINT_CHECK check_non_empty_name "Validate that the name is not empty or only whitespace."
    CONSTRAINT_CHECK check_extension_non_null_fields_when_approved  "Validate that required fields exist if extension is approved."
    TRIGGER_BEFORE_DELETE check_that_main_record_deleted_from_application "Verify that no corresponding record exists in the application table."
    TRIGGER_BEFORE_UPDATE _disable_redundant_updates "Disable redundant database updates."
    HAS_HISTORY true
  }

  person:::dataTable {
    uuid id PK, UK "UK: (id, person_type_id)"
    text person_type_id FK, UK "FK022: person_type_id ∈ person_type.id<br>UK: (id, person_type_id)"
    text email
    text first_name
    text last_name
    timestamptz created_at
    timestamptz updated_at
    TRIGGER_AFTER_INSERT assign_cms_user_to_all_states "Assign new CMS users to all states."
    TRIGGER_BEFORE_UPDATE _disable_redundant_updates "Disable redundant database updates."
    HAS_HISTORY true
  }

  private_comment:::dataTable {
    uuid id PK
    uuid deliverable_id FK "FK109: deliverable_id ∈ deliverable.id"
    uuid author_user_id FK "FK111: (author_user_id, author_person_type_id) ∈ users.(id, person_type_id)"
    text author_person_type_id FK "FK111: (author_user_id, author_person_type_id) ∈ users.(id, person_type_id)<br>FK113: author_person_type_id ∈ cms_user_person_type_limit.id"
    text content
    timestamptz created_at
    timestamptz updated_at
    TRIGGER_BEFORE_UPDATE _disable_redundant_updates "Disable redundant database updates."
+     CONSTRAINT_CHECK check_non_empty_content "Validate that the content is not empty or only whitespace."
    HAS_HISTORY true
  }

  public_comment:::dataTable {
    uuid id PK
    uuid deliverable_id FK "FK110: deliverable_id ∈ deliverable.id"
    uuid author_user_id FK "FK112: author_user_id ∈ users.id"
    text content
    timestamptz created_at
    timestamptz updated_at
    TRIGGER_BEFORE_UPDATE _disable_redundant_updates "Disable redundant database updates."
+     CONSTRAINT_CHECK check_non_empty_content "Validate that the content is not empty or only whitespace."
    HAS_HISTORY true
  }

  tag:::dataTable {
    text tag_name_id PK, FK "FK077: tag_name_id ∈ tag_name.id"
    text tag_type_id PK, FK "FK078: tag_type_id ∈ tag_type.id"
    text source_id FK "FK079: source_id ∈ tag_source.id"
    text status_id FK "FK080: status_id ∈ tag_status.id"
    timestamptz created_at
    timestamptz updated_at
    TRIGGER_BEFORE_UPDATE _disable_redundant_updates "Disable redundant database updates."
    HAS_HISTORY true
  }

  tag_name:::dataTable {
    text id PK
    timestamptz created_at
    timestamptz updated_at
    TRIGGER_BEFORE_UPDATE _disable_redundant_updates "Disable redundant database updates."
    HAS_HISTORY true
  }

  uipath_result:::dataTable {
    uuid id PK, UK "UK: (id, document_id, application_id)"
    text request_id UK "UK: request_id"
    jsonb response
    text project_id
    uuid document_id FK, UK "FK134: (document_id, application_id) ∈ document.(id, application_id)<br>UK: (id, document_id, application_id)<br>UK: document_id"
    uuid application_id FK "FK134: (document_id, application_id) ∈ document.(id, application_id)<br>UK: (id, document_id, application_id)"
    text status_id FK "FK136: status_id ∈ uipath_result_status.id"
    timestamptz created_at
    timestamptz updated_at
    TRIGGER_BEFORE_UPDATE _disable_redundant_updates "Disable redundant database updates."
    HAS_HISTORY true
  }

  uipath_value:::dataTable {
    uuid id PK, UK "UK: (id, application_id, field_id, value)"
    uuid uipath_result_id FK "FK135: (uipath_result_id, document_id, application_id) ∈ uipath_result.(id, document_id, application_id)"
    uuid document_id FK "FK135: (uipath_result_id, document_id, application_id) ∈ uipath_result.(id, document_id, application_id)"
    uuid application_id FK, UK "FK135: (uipath_result_id, document_id, application_id) ∈ uipath_result.(id, document_id, application_id)<br>UK: (id, application_id, field_id, value)"
    text field_id UK "UK: (id, application_id, field_id, value)"
    text value UK "UK: (id, application_id, field_id, value)"
    integer text_length
    integer text_start_index
    double confidence
    jsonb token_list
    timestamptz created_at
    timestamptz updated_at
    TRIGGER_BEFORE_UPDATE _disable_redundant_updates "Disable redundant database updates."
    HAS_HISTORY true
  }

  users:::dataTable {
    uuid id PK, FK, UK "FK023: (id, person_type_id) ∈ person.(id, person_type_id)<br>UK: (id, person_type_id)"
    text person_type_id FK, UK "FK023: (id, person_type_id) ∈ person.(id, person_type_id)<br>FK025: person_type_id ∈ user_person_type_limit.id<br>UK: (id, person_type_id)"
    uuid cognito_subject UK "UK: cognito_subject"
    text username
    timestamptz created_at
    timestamptz updated_at
    TRIGGER_BEFORE_UPDATE _disable_redundant_updates "Disable redundant database updates."
    HAS_HISTORY true
  }

  %% Associative Tables
  application_tag_assignment:::associativeTable {
    uuid application_id PK, FK "FK088: application_id ∈ application.id"
    text tag_name_id PK, FK "FK082: (tag_name_id, tag_type_id) ∈ tag.(tag_name_id, tag_type_id)"
    text tag_type_id FK "FK082: (tag_name_id, tag_type_id) ∈ tag.(tag_name_id, tag_type_id)<br>FK086: tag_type_id ∈ application_tag_type_limit.id"
    TRIGGER_BEFORE_UPDATE _disable_redundant_updates "Disable redundant database updates."
    HAS_HISTORY true
  }

  deliverable_action_configuration:::associativeTable {
    text action_type_id PK, FK "FK116: action_type_id ∈ deliverable_action_type.id"
    text old_status_id PK, FK "FK115: old_status_id ∈ deliverable_status.id"
    text new_status_id PK, FK "FK118: new_status_id ∈ deliverable_status.id"
  }

  deliverable_demonstration_type:::associativeTable {
    uuid deliverable_id PK, FK "FK142: (deliverable_id, demonstration_id) ∈ deliverable.(id, demonstration_id)"
    uuid demonstration_id PK, FK "FK142: (deliverable_id, demonstration_id) ∈ deliverable.(id, demonstration_id)<br>FK143: (demonstration_id, demonstration_type_tag_name_id) ∈ demonstration_type_tag_assignment.(demonstration_id, tag_name_id)"
    text demonstration_type_tag_name_id PK, FK "FK143: (demonstration_id, demonstration_type_tag_name_id) ∈ demonstration_type_tag_assignment.(demonstration_id, tag_name_id)"
    TRIGGER_BEFORE_UPDATE _disable_redundant_updates "Disable redundant database updates."
    HAS_HISTORY true
  }

  deliverable_type_document_type:::associativeTable {
    text deliverable_type_id PK, FK "FK096: deliverable_type_id ∈ deliverable_type.id"
    text document_type_id PK, FK "FK097: document_type_id ∈ document_type.id"
  }

  demonstration_role_assignment:::associativeTable {
    uuid person_id PK, FK "FK042: (person_id, state_id) ∈ person_state.(person_id, state_id)<br>FK048: (person_id, person_type_id) ∈ person.(id, person_type_id)"
    uuid demonstration_id PK, FK "FK050: (demonstration_id, state_id) ∈ demonstration.(id, state_id)"
    text role_id PK, FK "FK047: (role_id, person_type_id) ∈ role_person_type.(role_id, person_type_id)<br>FK049: (role_id, grant_level_id) ∈ role.(id, grant_level_id)"
    text state_id FK "FK042: (person_id, state_id) ∈ person_state.(person_id, state_id)<br>FK050: (demonstration_id, state_id) ∈ demonstration.(id, state_id)"
    text person_type_id FK "FK047: (role_id, person_type_id) ∈ role_person_type.(role_id, person_type_id)<br>FK048: (person_id, person_type_id) ∈ person.(id, person_type_id)"
    text grant_level_id FK "FK046: grant_level_id ∈ demonstration_grant_level_limit.id<br>FK049: (role_id, grant_level_id) ∈ role.(id, grant_level_id)"
    TRIGGER_BEFORE_UPDATE _disable_redundant_updates "Disable redundant database updates."
    HAS_HISTORY true
  }

  person_state:::associativeTable {
    uuid person_id PK, FK "FK044: person_id ∈ person.id"
    text state_id PK, FK "FK043: state_id ∈ state.id"
    TRIGGER_BEFORE_UPDATE _disable_redundant_updates "Disable redundant database updates."
    HAS_HISTORY true
  }

  phase_date_type:::associativeTable {
    text phase_id PK, FK "FK003: phase_id ∈ phase.id"
    text date_type_id PK, FK "FK017: date_type_id ∈ date_type.id"
  }

  phase_document_type:::associativeTable {
    text phase_id PK, FK "FK027: phase_id ∈ phase.id"
    text document_type_id PK, FK "FK028: document_type_id ∈ document_type.id"
  }

  phase_note_type:::associativeTable {
    text phase_id PK, FK "FK075: phase_id ∈ phase.id"
    text note_type_id PK, FK "FK076: note_type_id ∈ note_type.id"
  }

  phase_phase_status:::associativeTable {
    text phase_id PK, FK "FK071: phase_id ∈ phase.id"
    text phase_status_id PK, FK "FK072: phase_status_id ∈ phase_status.id"
  }

  primary_demonstration_role_assignment:::associativeTable {
    uuid person_id FK, UK "FK051: (person_id, demonstration_id, role_id) ∈ demonstration_role_assignment.(person_id, demonstration_id, role_id)<br>UK: (person_id, demonstration_id, role_id)"
    uuid demonstration_id PK, FK, UK "FK051: (person_id, demonstration_id, role_id) ∈ demonstration_role_assignment.(person_id, demonstration_id, role_id)<br>UK: (person_id, demonstration_id, role_id)"
    text role_id PK, FK, UK "FK051: (person_id, demonstration_id, role_id) ∈ demonstration_role_assignment.(person_id, demonstration_id, role_id)<br>UK: (person_id, demonstration_id, role_id)"
    CONSTRAINT_TRIGGER_DEFERRABLE_AFTER_UPDATE_OR_DELETE check_demonstration_retains_primary_project_officer "Check that a primary project officer still exists."
    TRIGGER_BEFORE_UPDATE _disable_redundant_updates "Disable redundant database updates."
    HAS_HISTORY true
  }

  role_permission:::associativeTable {
    text role_id PK, FK "FK033: (role_id, grant_level_id) ∈ role.(id, grant_level_id)"
    text grant_level_id PK, FK "FK033: (role_id, grant_level_id) ∈ role.(id, grant_level_id)<br>FK034: (permission_id, grant_level_id) ∈ permission.(id, grant_level_id)"
    text permission_id PK, FK "FK034: (permission_id, grant_level_id) ∈ permission.(id, grant_level_id)"
    TRIGGER_BEFORE_UPDATE _disable_redundant_updates "Disable redundant database updates."
    HAS_HISTORY true
  }

  role_person_type:::associativeTable {
    text role_id PK, FK "FK032: role_id ∈ role.id"
    text person_type_id PK, FK "FK031: person_type_id ∈ person_type.id"
  }

  system_role_assignment:::associativeTable {
    uuid person_id PK, FK "FK039: (person_id, person_type_id) ∈ person.(id, person_type_id)"
    text role_id PK, FK "FK038: (role_id, person_type_id) ∈ role_person_type.(role_id, person_type_id)<br>FK040: (role_id, grant_level_id) ∈ role.(id, grant_level_id)"
    text person_type_id FK "FK038: (role_id, person_type_id) ∈ role_person_type.(role_id, person_type_id)<br>FK039: (person_id, person_type_id) ∈ person.(id, person_type_id)"
    text grant_level_id FK "FK040: (role_id, grant_level_id) ∈ role.(id, grant_level_id)<br>FK041: grant_level_id ∈ system_grant_level_limit.id"
    TRIGGER_BEFORE_UPDATE _disable_redundant_updates "Disable redundant database updates."
    HAS_HISTORY true
  }

  %% Legend
  Legend:::legend {
    text StaticConstraint "Red"
    text TypeLimiter "Blue"
    text AssociativeTable "Purple"
    text DataTable "Green"
    text NOTE "HAS_HISTORY true indicates that a table has a _history table as well."
  }
